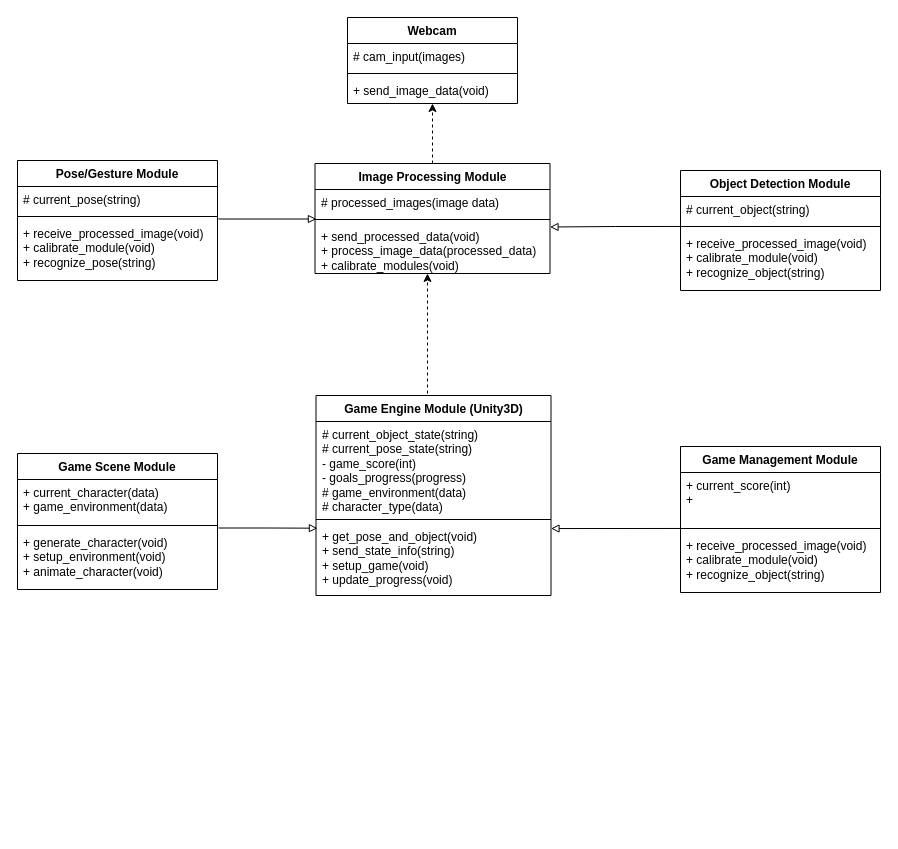
The draw.io diagram class_diagram.drawio in le-incroyable1-dev/arduino_ELC, before the edit. Source tidied: cells renumbered, new cells numbered last; positions are measured from the earlier drawing's top-left corner, leaving out a move shared by most shapes. Both pictures are drawn from the tidied source at 100%, with x=0, y=0 at pixel (17, 17).
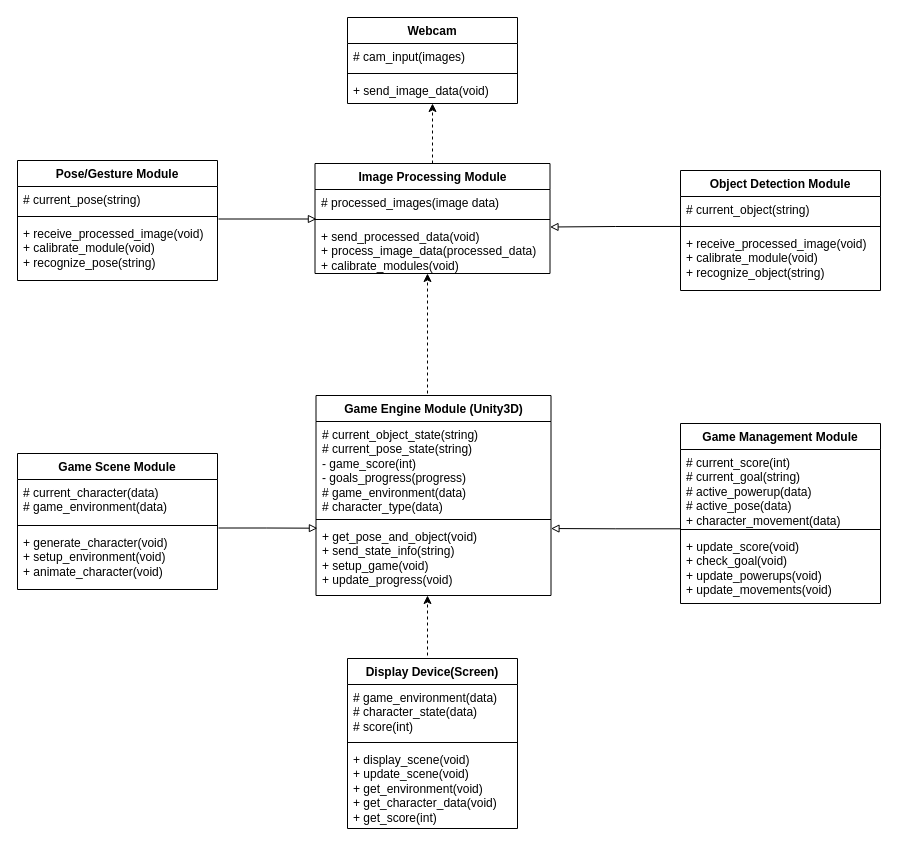
After the change.

The change refers to these unchanged cells:
```xml
<mxCell id="26" value="Game Scene Module" style="swimlane;fontStyle=1;align=center;verticalAlign=top;horizontal=1;startSize=26;whiteSpace=wrap;html=1;" parent="1" vertex="1">
  <mxGeometry y="436" width="200" height="136" as="geometry" />
</mxCell>
```

The edit, as a diff of the source:
```diff
@@
-    <mxCell id="27" value="+ current_character(data)&lt;br&gt;+ game_environment(data)" style="text;strokeColor=none;fillColor=none;align=left;verticalAlign=top;spacingLeft=4;spacingRight=4;overflow=hidden;whiteSpace=wrap;html=1;" parent="26" vertex="1">
+    <mxCell id="27" value="# current_character(data)&lt;br&gt;# game_environment(data)" style="text;strokeColor=none;fillColor=none;align=left;verticalAlign=top;spacingLeft=4;spacingRight=4;overflow=hidden;whiteSpace=wrap;html=1;" parent="26" vertex="1">
       <mxGeometry y="26" width="200" height="42" as="geometry" />
     </mxCell>
@@
     <mxCell id="31" value="Game Management Module" style="swimlane;fontStyle=1;align=center;verticalAlign=top;horizontal=1;startSize=26;whiteSpace=wrap;html=1;" parent="1" vertex="1">
-      <mxGeometry x="663" y="429" width="200" height="146" as="geometry" />
+      <mxGeometry x="663" y="406" width="200" height="180" as="geometry" />
     </mxCell>
-    <mxCell id="32" value="+ current_score(int)&lt;br&gt;+&amp;nbsp;" style="text;strokeColor=none;fillColor=none;align=left;verticalAlign=top;spacingLeft=4;spacingRight=4;overflow=hidden;whiteSpace=wrap;html=1;" parent="31" vertex="1">
-      <mxGeometry y="26" width="200" height="52" as="geometry" />
+    <mxCell id="32" value="# current_score(int)&lt;br&gt;# current_goal(string)&lt;br&gt;# active_powerup(data)&lt;br&gt;# active_pose(data)&lt;br&gt;+ character_movement(data)" style="text;strokeColor=none;fillColor=none;align=left;verticalAlign=top;spacingLeft=4;spacingRight=4;overflow=hidden;whiteSpace=wrap;html=1;" parent="31" vertex="1">
+      <mxGeometry y="26" width="200" height="76" as="geometry" />
     </mxCell>
     <mxCell id="33" style="line;strokeWidth=1;fillColor=none;align=left;verticalAlign=middle;spacingTop=-1;spacingLeft=3;spacingRight=3;labelPosition=right;strokeColor=inherit;" parent="31" vertex="1">
-      <mxGeometry y="78" width="200" height="8" as="geometry" />
+      <mxGeometry y="102" width="200" height="8" as="geometry" />
     </mxCell>
-    <mxCell id="34" value="+ receive_processed_image(void)&lt;br style=&quot;border-color: var(--border-color);&quot;&gt;+ calibrate_module(void)&lt;br style=&quot;border-color: var(--border-color);&quot;&gt;+ recognize_object(string)" style="text;strokeColor=none;fillColor=none;align=left;verticalAlign=top;spacingLeft=4;spacingRight=4;overflow=hidden;points=[[0,0.5],[1,0.5]];portConstraint=eastwest;whiteSpace=wrap;html=1;" parent="31" vertex="1">
-      <mxGeometry y="86" width="200" height="60" as="geometry" />
+    <mxCell id="34" value="+ update_score(void)&lt;br&gt;+ check_goal(void)&lt;br&gt;+ update_powerups(void)&lt;br&gt;+ update_movements(void)" style="text;strokeColor=none;fillColor=none;align=left;verticalAlign=top;spacingLeft=4;spacingRight=4;overflow=hidden;points=[[0,0.5],[1,0.5]];portConstraint=eastwest;whiteSpace=wrap;html=1;" parent="31" vertex="1">
+      <mxGeometry y="110" width="200" height="70" as="geometry" />
     </mxCell>
@@
+    <mxCell id="36" value="Display Device(Screen)" style="swimlane;fontStyle=1;align=center;verticalAlign=top;horizontal=1;startSize=26;whiteSpace=wrap;html=1;" parent="1" vertex="1">
+      <mxGeometry x="330" y="641" width="170" height="170" as="geometry" />
+    </mxCell>
+    <mxCell id="37" value="# game_environment(data)&lt;br&gt;# character_state(data)&lt;br&gt;# score(int)" style="text;strokeColor=none;fillColor=none;align=left;verticalAlign=top;spacingLeft=4;spacingRight=4;overflow=hidden;whiteSpace=wrap;html=1;" parent="36" vertex="1">
+      <mxGeometry y="26" width="170" height="54" as="geometry" />
+    </mxCell>
+    <mxCell id="38" style="line;strokeWidth=1;fillColor=none;align=left;verticalAlign=middle;spacingTop=-1;spacingLeft=3;spacingRight=3;labelPosition=right;strokeColor=inherit;" parent="36" vertex="1">
+      <mxGeometry y="80" width="170" height="8" as="geometry" />
+    </mxCell>
+    <mxCell id="39" value="+ display_scene(void)&lt;br&gt;+ update_scene(void)&lt;br&gt;+ get_environment(void)&lt;br&gt;+ get_character_data(void)&lt;br&gt;+ get_score(int)" style="text;strokeColor=none;fillColor=none;align=left;verticalAlign=top;spacingLeft=4;spacingRight=4;overflow=hidden;whiteSpace=wrap;html=1;" parent="36" vertex="1">
+      <mxGeometry y="88" width="170" height="82" as="geometry" />
+    </mxCell>
+    <mxCell id="40" style="edgeStyle=orthogonalEdgeStyle;rounded=0;orthogonalLoop=1;jettySize=auto;html=1;exitX=0.5;exitY=0;exitDx=0;exitDy=0;dashed=1;" parent="1" edge="1">
+      <mxGeometry relative="1" as="geometry">
+        <mxPoint x="410" y="638" as="sourcePoint" />
+        <mxPoint x="410" y="578" as="targetPoint" />
+      </mxGeometry>
+    </mxCell>
```
